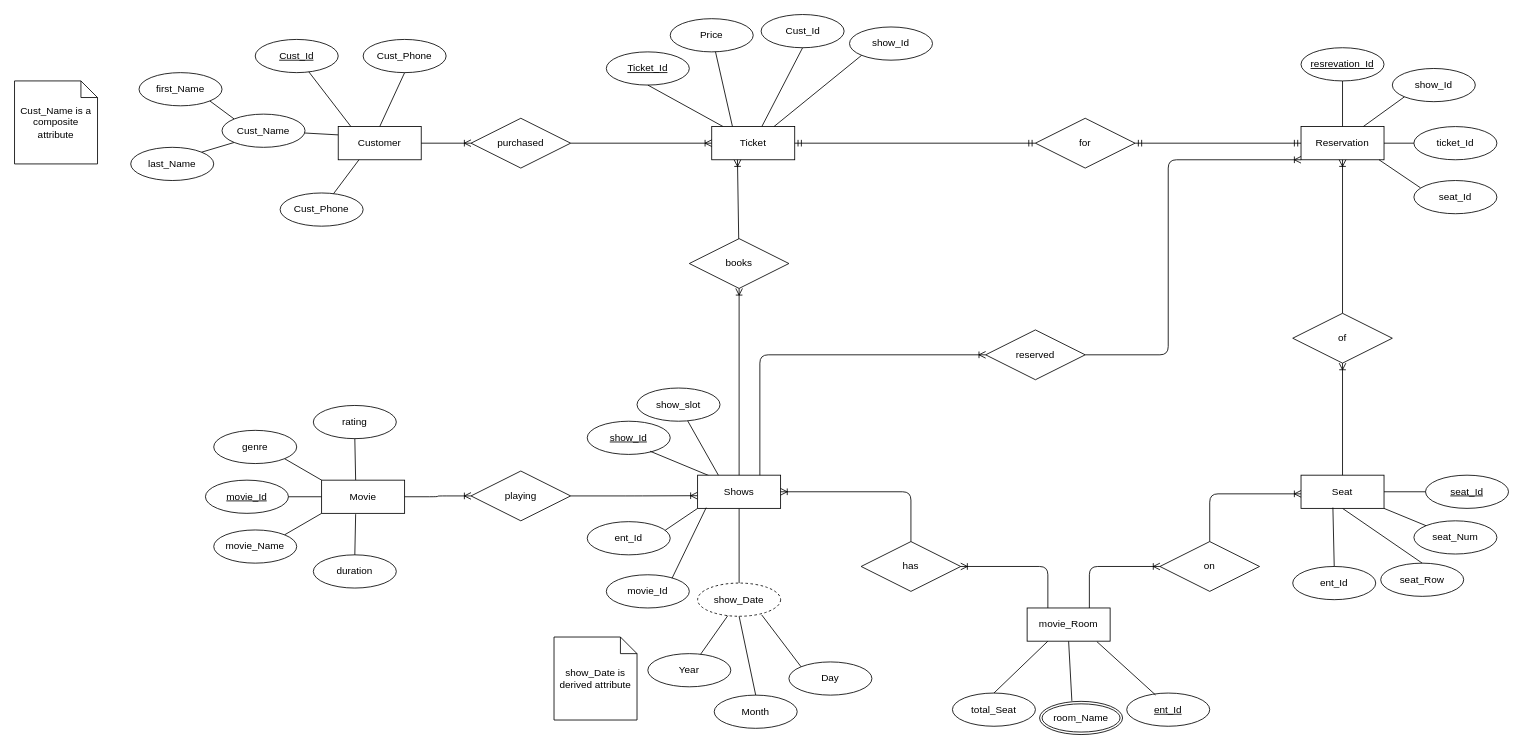
Earlier version of the draw.io diagram er-diagram/DBMS minor project.drawio (varunKT001/movie-booking-system). Source tidied: cells renumbered, new cells numbered last; positions are measured from the earlier drawing's top-left corner, leaving out a move shared by most shapes. Both pictures are drawn from the tidied source at 83%, with x=0, y=0 at pixel (14, 14).
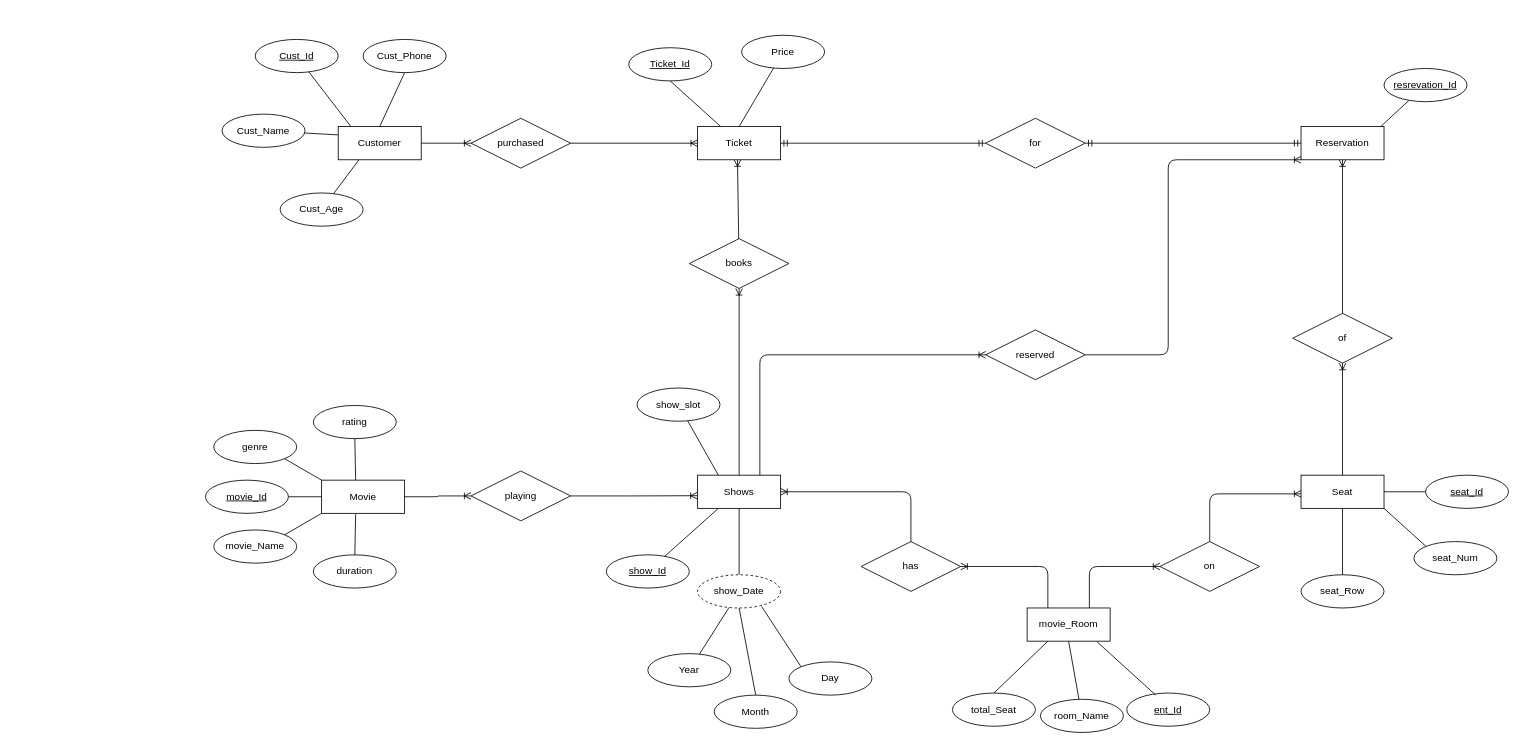
The same diagram, later.

Unchanged cells that the change refers to:
```xml
<mxCell id="46" value="Shows" style="whiteSpace=wrap;html=1;align=center;" parent="1" vertex="1">
  <mxGeometry x="823" y="555" width="100" height="40" as="geometry" />
</mxCell>
<mxCell id="48" value="movie_Room" style="whiteSpace=wrap;html=1;align=center;" parent="1" vertex="1">
  <mxGeometry x="1220" y="715" width="100" height="40" as="geometry" />
</mxCell>
<mxCell id="49" value="Seat" style="whiteSpace=wrap;html=1;align=center;" parent="1" vertex="1">
  <mxGeometry x="1550" y="555" width="100" height="40" as="geometry" />
</mxCell>
<mxCell id="60" value="Cust_Name" style="ellipse;whiteSpace=wrap;html=1;align=center;" parent="1" vertex="1">
  <mxGeometry x="250" y="120" width="100" height="40" as="geometry" />
</mxCell>
<mxCell id="67" value="Reservation" style="whiteSpace=wrap;html=1;align=center;" parent="1" vertex="1">
  <mxGeometry x="1550" y="135" width="100" height="40" as="geometry" />
</mxCell>
```

What changed in the source:
```diff
@@
     <mxCell id="9" value="Ticket_Id" style="ellipse;whiteSpace=wrap;html=1;align=center;fontStyle=4;" parent="1" vertex="1">
-      <mxGeometry x="713" y="45" width="100" height="40" as="geometry" />
+      <mxGeometry x="740" y="40" width="100" height="40" as="geometry" />
     </mxCell>
     <mxCell id="10" value="Price" style="ellipse;whiteSpace=wrap;html=1;align=center;" parent="1" vertex="1">
-      <mxGeometry x="790" y="5" width="100" height="40" as="geometry" />
+      <mxGeometry x="876" y="25" width="100" height="40" as="geometry" />
     </mxCell>
     <mxCell id="11" value="show_Id" style="ellipse;whiteSpace=wrap;html=1;align=center;fontStyle=4;" parent="1" vertex="1">
-      <mxGeometry x="690" y="490" width="100" height="40" as="geometry" />
+      <mxGeometry x="713" y="651" width="100" height="40" as="geometry" />
     </mxCell>
     <mxCell id="12" value="show_Date" style="ellipse;whiteSpace=wrap;html=1;align=center;dashed=1;" parent="1" vertex="1">
-      <mxGeometry x="823" y="685" width="100" height="40" as="geometry" />
+      <mxGeometry x="823" y="675" width="100" height="40" as="geometry" />
     </mxCell>
@@
-    <mxCell id="19" value="room_Name" style="ellipse;shape=doubleEllipse;margin=3;whiteSpace=wrap;html=1;align=center;" parent="1" vertex="1">
-      <mxGeometry x="1235" y="827.5" width="100" height="40" as="geometry" />
-    </mxCell>
     <mxCell id="20" value="seat_Row" style="ellipse;whiteSpace=wrap;html=1;align=center;" parent="1" vertex="1">
-      <mxGeometry x="1646" y="661" width="100" height="40" as="geometry" />
+      <mxGeometry x="1550" y="675" width="100" height="40" as="geometry" />
     </mxCell>
@@
-    <mxCell id="22" value="Cust_Id" style="ellipse;whiteSpace=wrap;html=1;align=center;" parent="1" vertex="1">
-      <mxGeometry x="899.5" width="100" height="40" as="geometry" />
-    </mxCell>
@@
-    <mxCell id="26" style="endArrow=none;html=1;exitX=0.25;exitY=0;exitDx=0;exitDy=0;" parent="1" edge="1" source="45" target="10">
+    <mxCell id="26" style="endArrow=none;html=1;exitX=0.5;exitY=0;exitDx=0;exitDy=0;" parent="1" edge="1" source="45" target="10">
       <mxGeometry relative="1" as="geometry" />
     </mxCell>
@@
-    <mxCell id="28" style="endArrow=none;html=1;entryX=0.5;entryY=1;entryDx=0;entryDy=0;" parent="1" edge="1" source="45" target="22">
-      <mxGeometry relative="1" as="geometry" />
-    </mxCell>
-    <mxCell id="29" style="endArrow=none;html=1;exitX=0.5;exitY=1;exitDx=0;exitDy=0;entryX=0.389;entryY=-0.014;entryDx=0;entryDy=0;entryPerimeter=0;" parent="1" edge="1" source="48" target="19">
+    <mxCell id="29" style="endArrow=none;html=1;exitX=0.5;exitY=1;exitDx=0;exitDy=0;" parent="1" edge="1" source="48" target="19">
       <mxGeometry relative="1" as="geometry" />
     </mxCell>
@@
-    <mxCell id="38" style="endArrow=none;html=1;entryX=0.758;entryY=0.904;entryDx=0;entryDy=0;exitX=0.141;exitY=0.018;exitDx=0;exitDy=0;exitPerimeter=0;entryPerimeter=0;" parent="1" edge="1" source="46" target="11">
+    <mxCell id="38" style="endArrow=none;html=1;exitX=0.25;exitY=1;exitDx=0;exitDy=0;" parent="1" edge="1" source="46" target="11">
       <mxGeometry relative="1" as="geometry" />
     </mxCell>
@@
-    <mxCell id="40" value="first_Name" style="ellipse;whiteSpace=wrap;html=1;align=center;" parent="1" vertex="1">
-      <mxGeometry x="150" y="70" width="100" height="40" as="geometry" />
-    </mxCell>
-    <mxCell id="41" value="last_Name" style="ellipse;whiteSpace=wrap;html=1;align=center;" parent="1" vertex="1">
-      <mxGeometry x="140" y="160" width="100" height="40" as="geometry" />
-    </mxCell>
-    <mxCell id="42" style="endArrow=none;html=1;exitX=0;exitY=0;exitDx=0;exitDy=0;entryX=1;entryY=1;entryDx=0;entryDy=0;" parent="1" edge="1" source="60" target="40">
-      <mxGeometry relative="1" as="geometry" />
-    </mxCell>
-    <mxCell id="43" style="endArrow=none;html=1;exitX=0;exitY=1;exitDx=0;exitDy=0;entryX=1;entryY=0;entryDx=0;entryDy=0;" parent="1" edge="1" source="60" target="41">
-      <mxGeometry relative="1" as="geometry" />
-    </mxCell>
@@
     <mxCell id="45" value="Ticket" style="whiteSpace=wrap;html=1;align=center;" parent="1" vertex="1">
-      <mxGeometry x="840" y="135" width="100" height="40" as="geometry" />
+      <mxGeometry x="823" y="135" width="100" height="40" as="geometry" />
     </mxCell>
@@
-    <mxCell id="58" value="show_Id" style="ellipse;whiteSpace=wrap;html=1;align=center;" parent="1" vertex="1">
-      <mxGeometry x="1006" y="15" width="100" height="40" as="geometry" />
-    </mxCell>
-    <mxCell id="59" style="endArrow=none;html=1;exitX=0.75;exitY=0;exitDx=0;exitDy=0;entryX=0;entryY=1;entryDx=0;entryDy=0;" parent="1" edge="1" source="45" target="58">
-      <mxGeometry relative="1" as="geometry" />
-    </mxCell>
@@
-    <mxCell id="61" value="Cust_Name is a composite attribute" style="shape=note;size=20;whiteSpace=wrap;html=1;" parent="1" vertex="1">
-      <mxGeometry y="80" width="100" height="100" as="geometry" />
-    </mxCell>
-    <mxCell id="62" value="show_Date is derived attribute" style="shape=note;size=20;whiteSpace=wrap;html=1;" parent="1" vertex="1">
-      <mxGeometry x="650" y="750" width="100" height="100" as="geometry" />
-    </mxCell>
@@
-    <mxCell id="66" style="endArrow=none;html=1;entryX=0.5;entryY=0;entryDx=0;entryDy=0;exitX=0.5;exitY=1;exitDx=0;exitDy=0;" parent="1" edge="1" source="98" target="67">
-      <mxGeometry relative="1" as="geometry" />
+    <mxCell id="66" style="endArrow=none;html=1;" parent="1" edge="1" source="98">
+      <mxGeometry relative="1" as="geometry">
+        <mxPoint x="1646" y="135" as="targetPoint" />
+      </mxGeometry>
     </mxCell>
@@
     <mxCell id="72" value="for" style="shape=rhombus;perimeter=rhombusPerimeter;whiteSpace=wrap;html=1;align=center;" parent="1" vertex="1">
-      <mxGeometry x="1230" y="125" width="120" height="60" as="geometry" />
+      <mxGeometry x="1170" y="125" width="120" height="60" as="geometry" />
     </mxCell>
@@
-    <mxCell id="88" value="Cust_Phone" style="ellipse;whiteSpace=wrap;html=1;align=center;" parent="1" vertex="1">
+    <mxCell id="88" value="Cust_Age" style="ellipse;whiteSpace=wrap;html=1;align=center;" parent="1" vertex="1">
       <mxGeometry x="320" y="215" width="100" height="40" as="geometry" />
     </mxCell>
@@
     <mxCell id="90" value="seat_Num" style="ellipse;whiteSpace=wrap;html=1;align=center;" parent="1" vertex="1">
-      <mxGeometry x="1686" y="610" width="100" height="40" as="geometry" />
+      <mxGeometry x="1686" y="635" width="100" height="40" as="geometry" />
     </mxCell>
@@
-    <mxCell id="92" value="ent_Id" style="ellipse;whiteSpace=wrap;html=1;align=center;" parent="1" vertex="1">
-      <mxGeometry x="690" y="611" width="100" height="40" as="geometry" />
-    </mxCell>
-    <mxCell id="93" value="movie_Id" style="ellipse;whiteSpace=wrap;html=1;align=center;" parent="1" vertex="1">
-      <mxGeometry x="713" y="675" width="100" height="40" as="geometry" />
-    </mxCell>
-    <mxCell id="94" style="endArrow=none;html=1;exitX=0;exitY=1;exitDx=0;exitDy=0;entryX=0.939;entryY=0.26;entryDx=0;entryDy=0;entryPerimeter=0;" parent="1" edge="1" source="46" target="92">
-      <mxGeometry relative="1" as="geometry" />
-    </mxCell>
-    <mxCell id="95" style="endArrow=none;html=1;exitX=0.103;exitY=0.979;exitDx=0;exitDy=0;entryX=0.792;entryY=0.104;entryDx=0;entryDy=0;entryPerimeter=0;exitPerimeter=0;" parent="1" edge="1" source="46" target="93">
-      <mxGeometry relative="1" as="geometry" />
-    </mxCell>
-    <mxCell id="96" value="show_Id" style="ellipse;whiteSpace=wrap;html=1;align=center;" parent="1" vertex="1">
-      <mxGeometry x="1660" y="65" width="100" height="40" as="geometry" />
-    </mxCell>
-    <mxCell id="97" value="ticket_Id" style="ellipse;whiteSpace=wrap;html=1;align=center;" parent="1" vertex="1">
-      <mxGeometry x="1686" y="135" width="100" height="40" as="geometry" />
-    </mxCell>
     <mxCell id="98" value="resrevation_Id" style="ellipse;whiteSpace=wrap;html=1;align=center;fontStyle=4;" parent="1" vertex="1">
-      <mxGeometry x="1550" y="40" width="100" height="40" as="geometry" />
+      <mxGeometry x="1650" y="65" width="100" height="40" as="geometry" />
     </mxCell>
-    <mxCell id="99" style="endArrow=none;html=1;entryX=1;entryY=0.5;entryDx=0;entryDy=0;exitX=0;exitY=0.5;exitDx=0;exitDy=0;" parent="1" edge="1" source="97" target="67">
-      <mxGeometry relative="1" as="geometry" />
-    </mxCell>
-    <mxCell id="100" style="endArrow=none;html=1;entryX=0.75;entryY=0;entryDx=0;entryDy=0;exitX=0;exitY=1;exitDx=0;exitDy=0;" parent="1" edge="1" source="96" target="67">
-      <mxGeometry relative="1" as="geometry" />
-    </mxCell>
-    <mxCell id="101" value="seat_Id" style="ellipse;whiteSpace=wrap;html=1;align=center;" parent="1" vertex="1">
-      <mxGeometry x="1686" y="200" width="100" height="40" as="geometry" />
-    </mxCell>
-    <mxCell id="102" style="endArrow=none;html=1;entryX=0.94;entryY=1;entryDx=0;entryDy=0;exitX=0.079;exitY=0.219;exitDx=0;exitDy=0;entryPerimeter=0;exitPerimeter=0;" parent="1" edge="1" source="101" target="67">
-      <mxGeometry relative="1" as="geometry" />
-    </mxCell>
-    <mxCell id="103" value="ent_Id" style="ellipse;whiteSpace=wrap;html=1;align=center;" parent="1" vertex="1">
-      <mxGeometry x="1540" y="665" width="100" height="40" as="geometry" />
-    </mxCell>
-    <mxCell id="104" style="endArrow=none;html=1;exitX=0.5;exitY=0;exitDx=0;exitDy=0;entryX=0.384;entryY=0.976;entryDx=0;entryDy=0;entryPerimeter=0;" parent="1" edge="1" source="103" target="49">
-      <mxGeometry relative="1" as="geometry" />
-    </mxCell>
+    <mxCell id="19" value="room_Name" style="ellipse;whiteSpace=wrap;html=1;align=center;" parent="1" vertex="1">
+      <mxGeometry x="1236" y="825" width="100" height="40" as="geometry" />
+    </mxCell>
```
